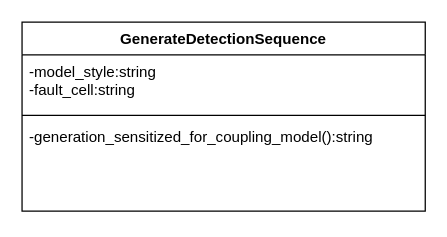
Before: doc/pic.drawio in shanshan-lu/homwork, a draw.io diagram. Source tidied: cells renumbered, new cells numbered last; positions are measured from the earlier drawing's top-left corner, leaving out a move shared by most shapes. Both pictures are drawn from the tidied source at 126%, with x=0, y=0 at pixel (21, 21).
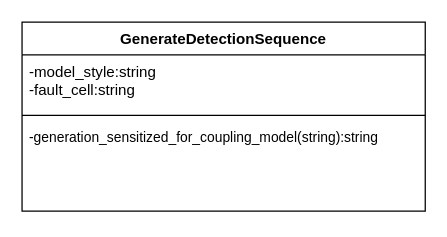
Above is the later version.

What changed in the source:
```diff
@@
 <mxGraphModel>
   <root>
     <mxCell id="0" />
     <mxCell id="1" parent="0" />
     <mxCell id="2" value="GenerateDetectionSequence" style="swimlane;fontStyle=1;align=center;verticalAlign=top;horizontal=1;startSize=26;whiteSpace=wrap;html=1;" parent="1" vertex="1">
       <mxGeometry width="320" height="150" as="geometry" />
     </mxCell>
     <mxCell id="3" value="-model_style:string&lt;br&gt;-fault_cell:string" style="text;strokeColor=none;fillColor=none;align=left;verticalAlign=top;spacingLeft=4;spacingRight=4;overflow=hidden;whiteSpace=wrap;html=1;" parent="2" vertex="1">
       <mxGeometry y="26" width="320" height="44" as="geometry" />
     </mxCell>
     <mxCell id="4" style="line;strokeWidth=1;fillColor=none;align=left;verticalAlign=middle;spacingTop=-1;spacingLeft=3;spacingRight=3;labelPosition=right;strokeColor=inherit;" parent="2" vertex="1">
       <mxGeometry y="70" width="320" height="8" as="geometry" />
     </mxCell>
-    <mxCell id="5" value="-generation_sensitized_for_coupling_model():string" style="text;strokeColor=none;fillColor=none;align=left;verticalAlign=top;spacingLeft=4;spacingRight=4;overflow=hidden;whiteSpace=wrap;html=1;" parent="2" vertex="1">
+    <mxCell id="5" value="&lt;font style=&quot;font-size: 11px;&quot;&gt;-generation_sensitized_for_coupling_model(string):string&lt;/font&gt;" style="text;strokeColor=none;fillColor=none;align=left;verticalAlign=top;spacingLeft=4;spacingRight=4;overflow=hidden;whiteSpace=wrap;html=1;" parent="2" vertex="1">
       <mxGeometry y="78" width="320" height="72" as="geometry" />
     </mxCell>
   </root>
 </mxGraphModel>
```
